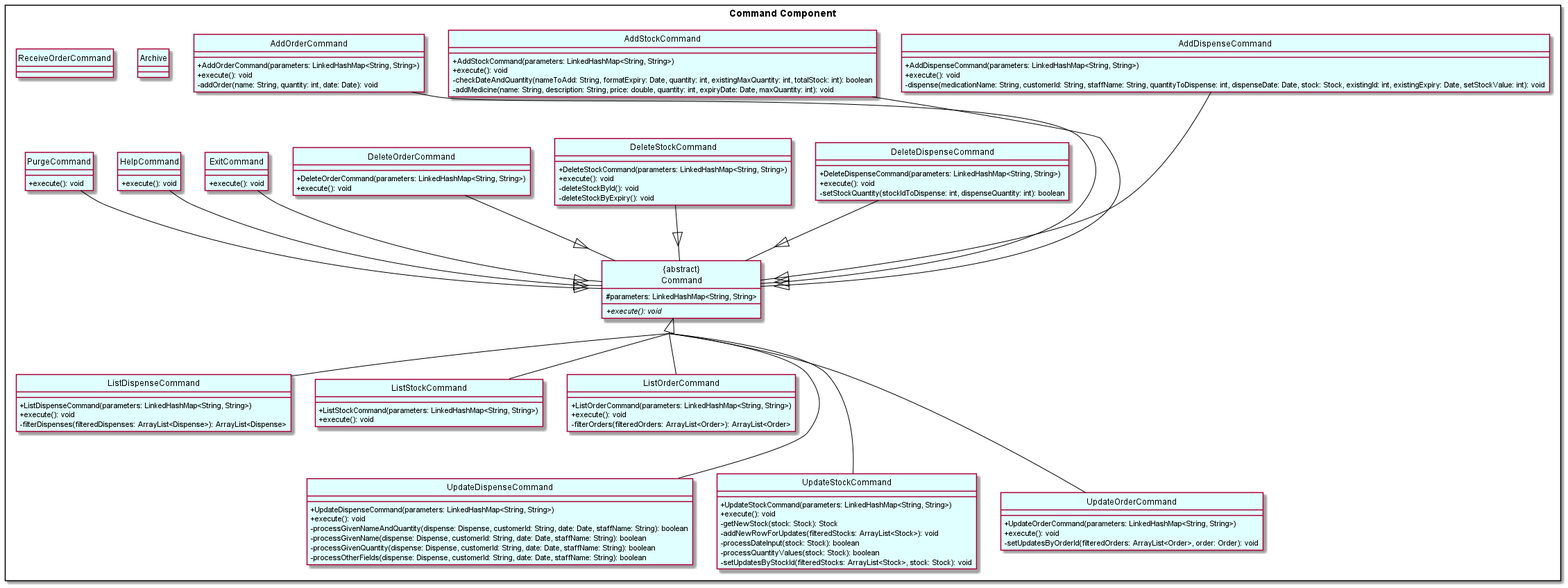
The PlantUML diagram docs/diagrams/diagram_images/CommandClassDiagram.png in nus-cs2113-AY2122S1/tp, before a commit.
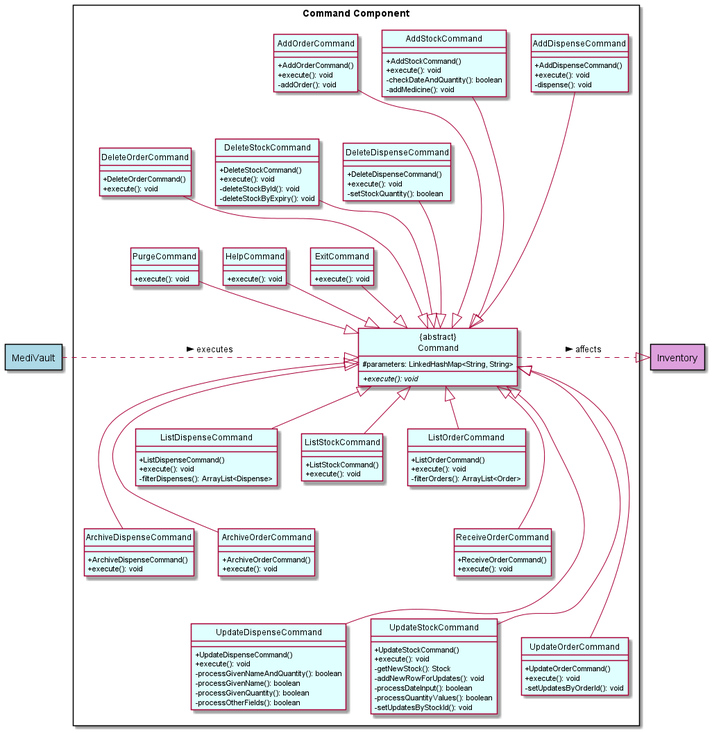
After the commit.

The edit, as a diff of the source:
```diff
@@ -4,16 +4,15 @@
 
 hide circle
 skinparam classAttributeIconSize 0
-skinparam groupInheritance 3
 skinparam classBackgroundColor COLOR_COMMAND_BOX
-skinparam arrowColor #000000
 
 package "Command Component" <<Rectangle>> {
     class "{abstract}\nCommand" as Command
     class AddDispenseCommand
     class AddStockCommand
     class AddOrderCommand
-    class Archive
+    class ArchiveDispenseCommand
+    class ArchiveOrderCommand
     class DeleteDispenseCommand
     class DeleteStockCommand
     class DeleteOrderCommand
@@ -30,48 +29,61 @@
 
 }
 
+package MediVault <<Rectangle>> COLOR_MEDIVAULT_BOX {
+}
+
+package Inventory <<Rectangle>> COLOR_INVENTORY_BOX {
+}
+
 class Command {
     #parameters: LinkedHashMap<String, String>
     +execute(): void{abstract}
 }
 
 class AddDispenseCommand {
-    +AddDispenseCommand(parameters: LinkedHashMap<String, String>)
+    +AddDispenseCommand()
     +execute(): void
-    -dispense(medicationName: String, customerId: String, staffName: String, quantityToDispense: int, dispenseDate: Date, stock: Stock, existingId: int, existingExpiry: Date, setStockValue: int): void
+    -dispense(): void
 }
 
 class AddStockCommand {
-    +AddStockCommand(parameters: LinkedHashMap<String, String>)
+    +AddStockCommand()
     +execute(): void
-    -checkDateAndQuantity(nameToAdd: String, formatExpiry: Date, quantity: int, existingMaxQuantity: int, totalStock: int): boolean
-    -addMedicine(name: String, description: String, price: double, quantity: int, expiryDate: Date, maxQuantity: int): void
+    -checkDateAndQuantity(): boolean
+    -addMedicine(): void
 }
 
 class AddOrderCommand {
-    +AddOrderCommand(parameters: LinkedHashMap<String, String>)
+    +AddOrderCommand()
     +execute(): void
-    -addOrder(name: String, quantity: int, date: Date): void
+    -addOrder(): void
 }
 
-class Archive {
+class ArchiveDispenseCommand {
+    +ArchiveDispenseCommand()
+    +execute(): void
+}
+
+class ArchiveOrderCommand {
+    +ArchiveOrderCommand()
+    +execute(): void
 }
 
 class DeleteDispenseCommand {
-    +DeleteDispenseCommand(parameters: LinkedHashMap<String, String>)
+    +DeleteDispenseCommand()
     +execute(): void
-    -setStockQuantity(stockIdToDispense: int, dispenseQuantity: int): boolean
+    -setStockQuantity(): boolean
 }
 
 class DeleteStockCommand {
-    +DeleteStockCommand(parameters: LinkedHashMap<String, String>)
+    +DeleteStockCommand()
     +execute(): void
     -deleteStockById(): void
     -deleteStockByExpiry(): void
 }
 
 class DeleteOrderCommand {
-    +DeleteOrderCommand(parameters: LinkedHashMap<String, String>)
+    +DeleteOrderCommand()
     +execute(): void
 }
 
@@ -84,65 +96,77 @@
 }
 
 class ListDispenseCommand {
-    +ListDispenseCommand(parameters: LinkedHashMap<String, String>)
+    +ListDispenseCommand()
     +execute(): void
-    -filterDispenses(filteredDispenses: ArrayList<Dispense>): ArrayList<Dispense>
+    -filterDispenses(): ArrayList<Dispense>
 }
 
 class ListStockCommand {
-    +ListStockCommand(parameters: LinkedHashMap<String, String>)
+    +ListStockCommand()
     +execute(): void
 }
 
 class ListOrderCommand {
-    +ListOrderCommand(parameters: LinkedHashMap<String, String>)
+    +ListOrderCommand()
     +execute(): void
-    -filterOrders(filteredOrders: ArrayList<Order>): ArrayList<Order>
+    -filterOrders(): ArrayList<Order>
 }
 
 class PurgeCommand {
     +execute(): void
 }
 
+class ReceiveOrderCommand {
+    +ReceiveOrderCommand()
+    +execute(): void
+}
+
 class UpdateDispenseCommand {
-    +UpdateDispenseCommand(parameters: LinkedHashMap<String, String>)
+    +UpdateDispenseCommand()
     +execute(): void
-    -processGivenNameAndQuantity(dispense: Dispense, customerId: String, date: Date, staffName: String): boolean
-    -processGivenName(dispense: Dispense, customerId: String, date: Date, staffName: String): boolean
-    -processGivenQuantity(dispense: Dispense, customerId: String, date: Date, staffName: String): boolean
-    -processOtherFields(dispense: Dispense, customerId: String, date: Date, staffName: String): boolean
+    -processGivenNameAndQuantity(): boolean
+    -processGivenName(): boolean
+    -processGivenQuantity(): boolean
+    -processOtherFields(): boolean
 }
 
 class UpdateOrderCommand {
-    +UpdateOrderCommand(parameters: LinkedHashMap<String, String>)
+    +UpdateOrderCommand()
     +execute(): void
-    -setUpdatesByOrderId(filteredOrders: ArrayList<Order>, order: Order): void
+    -setUpdatesByOrderId(): void
 }
 
 class UpdateStockCommand {
-    +UpdateStockCommand(parameters: LinkedHashMap<String, String>)
+    +UpdateStockCommand()
     +execute(): void
-    -getNewStock(stock: Stock): Stock
-    -addNewRowForUpdates(filteredStocks: ArrayList<Stock>): void
-    -processDateInput(stock: Stock): boolean
-    -processQuantityValues(stock: Stock): boolean
-    -setUpdatesByStockId(filteredStocks: ArrayList<Stock>, stock: Stock): void
+    -getNewStock(): Stock
+    -addNewRowForUpdates(): void
+    -processDateInput(): boolean
+    -processQuantityValues(): boolean
+    -setUpdatesByStockId(): void
 }
 
-AddDispenseCommand ---|> Command
-AddStockCommand ---|> Command
-AddOrderCommand ---|> Command
-DeleteDispenseCommand --|> Command
-DeleteStockCommand --|> Command
-DeleteOrderCommand --|> Command
+AddDispenseCommand ----|> Command
+AddStockCommand ----|> Command
+AddOrderCommand ----|> Command
+DeleteDispenseCommand ---|> Command
+DeleteStockCommand ---|> Command
+DeleteOrderCommand ---|> Command
 ExitCommand --|> Command
 HelpCommand --|> Command
+PurgeCommand --|> Command
 ListDispenseCommand --up|> Command
 ListStockCommand --up|> Command
 ListOrderCommand --up|> Command
-PurgeCommand --|> Command
-UpdateOrderCommand ---up|> Command
-UpdateDispenseCommand ---up|> Command
-UpdateStockCommand ---up|> Command
+ReceiveOrderCommand ---up|> Command
+ArchiveDispenseCommand ---up|> Command
+ArchiveOrderCommand ---up|> Command
+UpdateOrderCommand ----up|> Command
+UpdateDispenseCommand ----up|> Command
+UpdateStockCommand ----up|> Command
+
+MediVault ---.right|> Command: executes >
+Command ---.right|> Inventory: affects >
+
 
 @enduml
```
